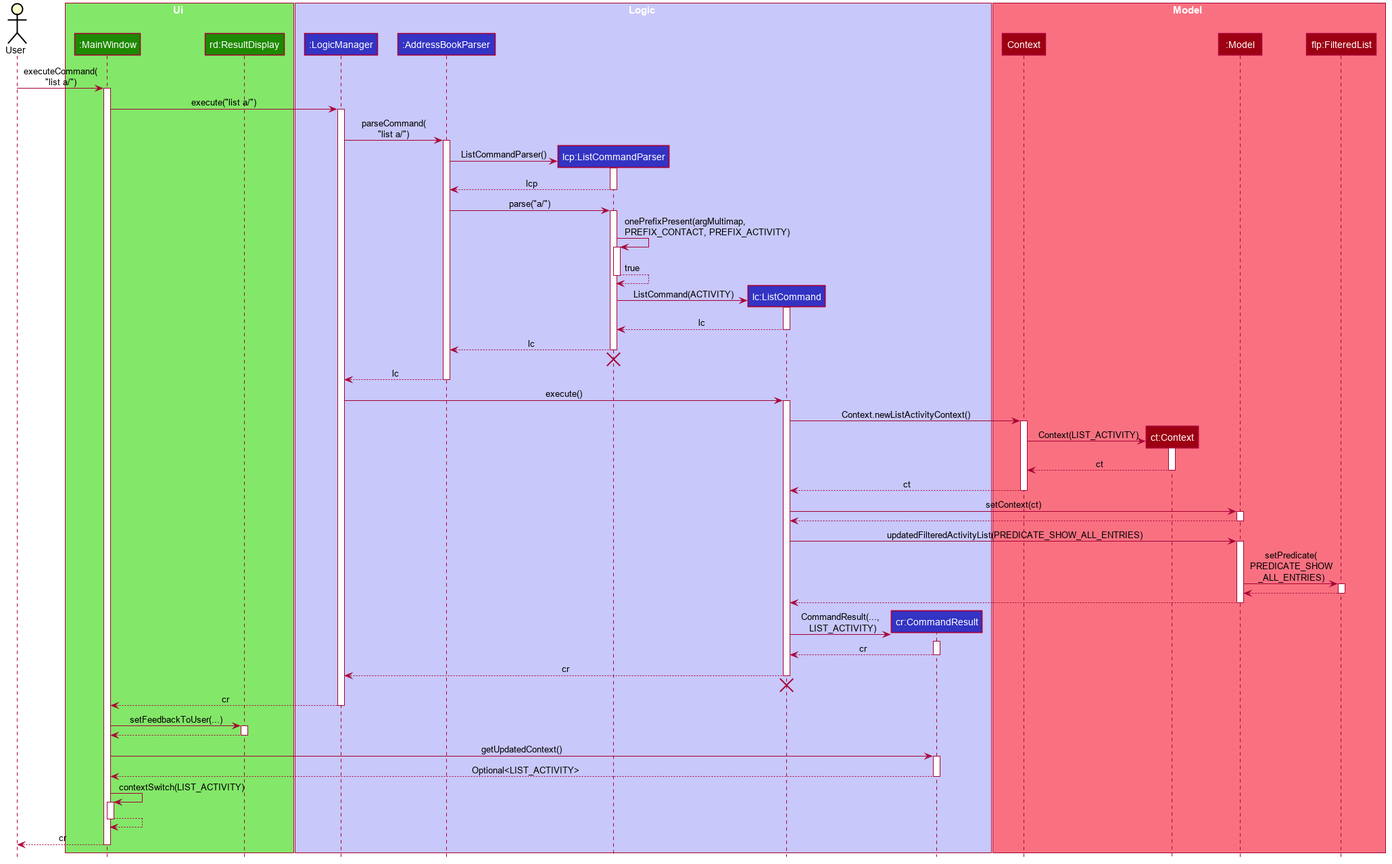
Before: docs/images/ListSequenceDiagram.png, a diagram exported from PlantUML (nus-cs2103-AY1920S1/addressbook-level3).
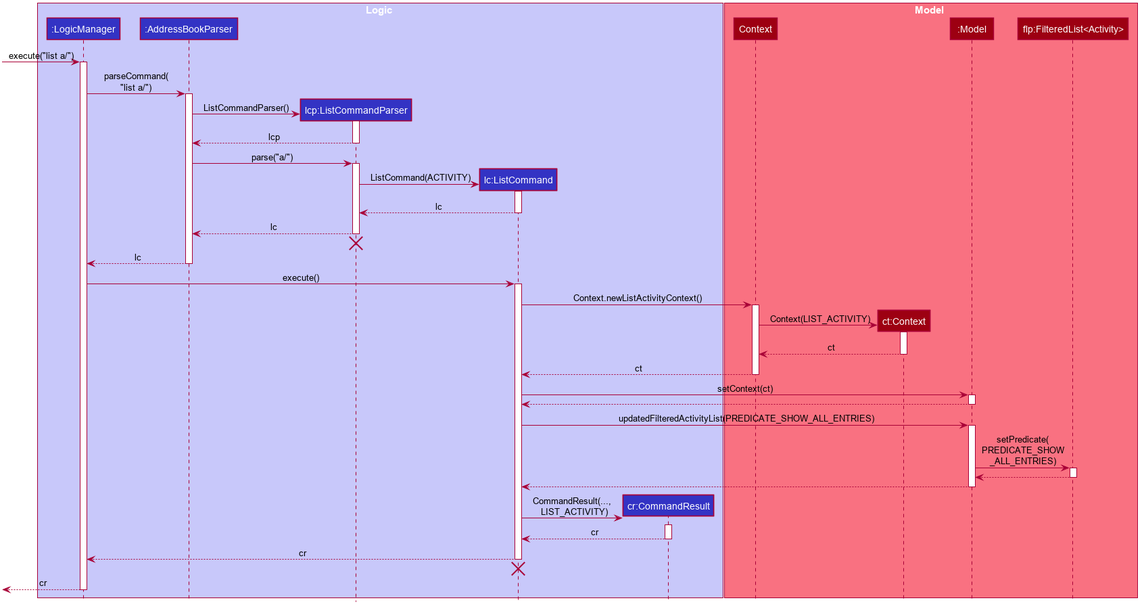
Above is the later version.

Commit message:
Expand documention on List command to GUI commands; add new UML diagrams

Change to the diagram source:
```diff
@@ -11,6 +11,8 @@
 skinparam BackgroundColor #FFFFFFF
 
 skinparam Shadowing false
+
+skinparam ClassAttributeFontColor #FFFFFF
 
 skinparam Class {
     FontColor #FFFFFF
@@ -44,17 +46,11 @@
 skinparam Shadowing false
 skinparam DefaultTextAlignment center
 skinparam packageStyle Rectangle
+skinparam classAttributeIconSize 0
 
 hide footbox
 hide members
 hide circle
-
-actor "User"
-
-box Ui #83E769
-participant ":MainWindow" as MainWindow #1D8900
-participant "rd:ResultDisplay" as ResultDisplay #1D8900
-end box
 
 box Logic #C8C8FA
 participant ":LogicManager" as LogicManager #3333C4
@@ -68,13 +64,10 @@
 participant "Context" as ContextFactory #9D0012
 participant "ct:Context" as Context #9D0012
 participant ":Model" as Model #9D0012
-participant "flp:FilteredList" as FilteredList #9D0012
+participant "flp:FilteredList<Activity>" as FilteredList #9D0012
 end box
 
-User -> MainWindow : executeCommand(\n"list a/")
-activate MainWindow
-
-MainWindow -> LogicManager : execute("list a/")
+[-> LogicManager : execute("list a/")
 activate LogicManager
 
 LogicManager -> AddressBookParser : parseCommand(\n"list a/")
@@ -89,12 +82,6 @@
 
 AddressBookParser -> ListCommandParser : parse("a/")
 activate ListCommandParser
-
-ListCommandParser -> ListCommandParser : onePrefixPresent(argMultimap,\nPREFIX_CONTACT, PREFIX_ACTIVITY)
-activate ListCommandParser
-
-ListCommandParser --> ListCommandParser : true
-deactivate ListCommandParser
 
 create ListCommand
 ListCommandParser -> ListCommand : ListCommand(ACTIVITY)
@@ -159,28 +146,7 @@
 ListCommand -[hidden]-> LogicManager
 destroy ListCommand
 
-LogicManager --> MainWindow : cr
+LogicManager -->[ : cr
 deactivate LogicManager
 
-MainWindow -> ResultDisplay : setFeedbackToUser(...)
-activate ResultDisplay
-
-ResultDisplay --> MainWindow
-deactivate ResultDisplay
-
-MainWindow -> CommandResult : getUpdatedContext()
-activate CommandResult
-
-CommandResult --> MainWindow : Optional<LIST_ACTIVITY>
-deactivate CommandResult
-
-MainWindow -> MainWindow : contextSwitch(LIST_ACTIVITY)
-activate MainWindow
-
-MainWindow --> MainWindow
-deactivate MainWindow
-
-MainWindow --> User : cr
-deactivate MainWindow
-
 @enduml
```
